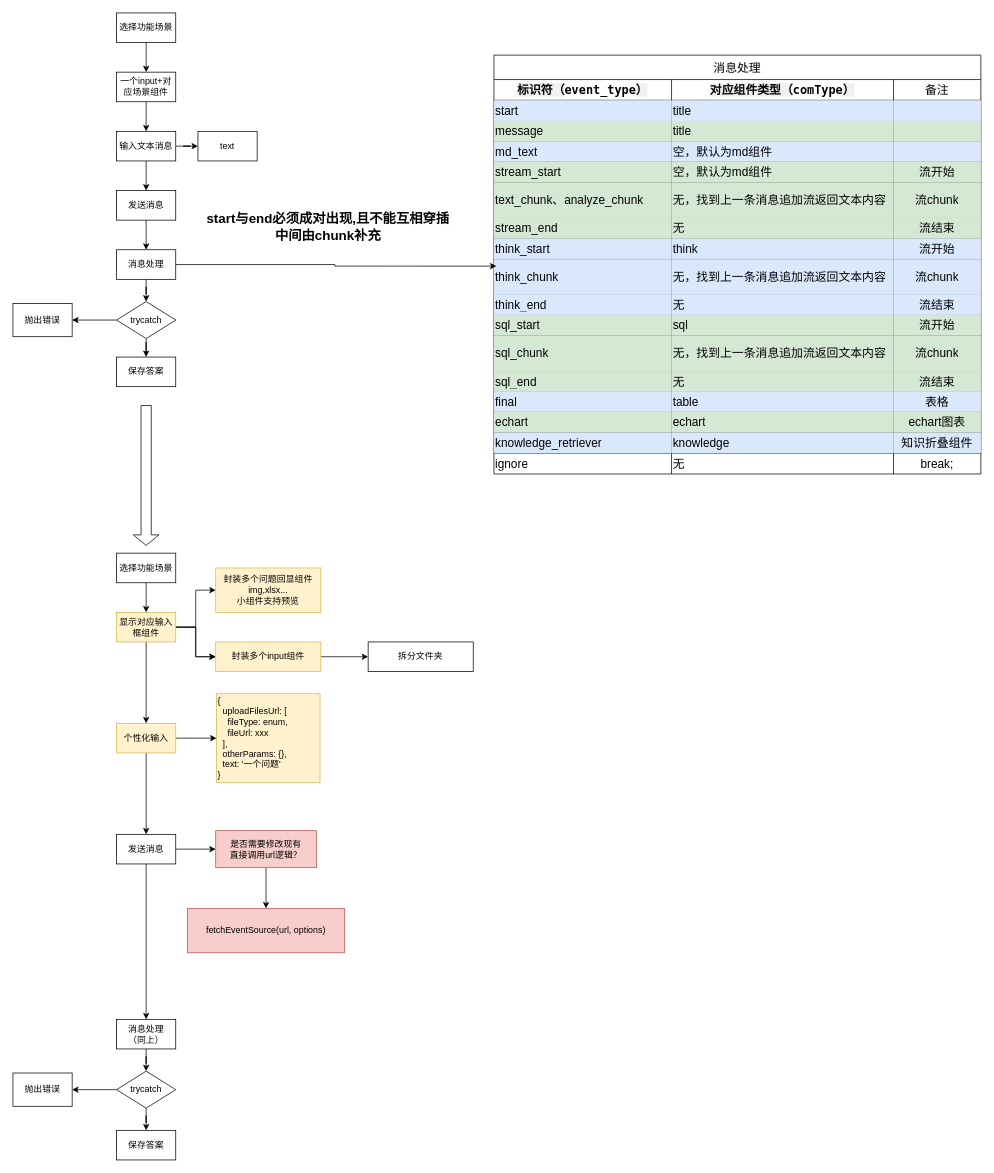
Above: 易问流程.drawio in kof1290/drawio (draw.io), before the change. Source tidied: cells renumbered, new cells numbered last; positions are measured from the earlier drawing's top-left corner, leaving out a move shared by most shapes. Both pictures are drawn from the tidied source at 74%, with x=0, y=0 at pixel (13, 13).
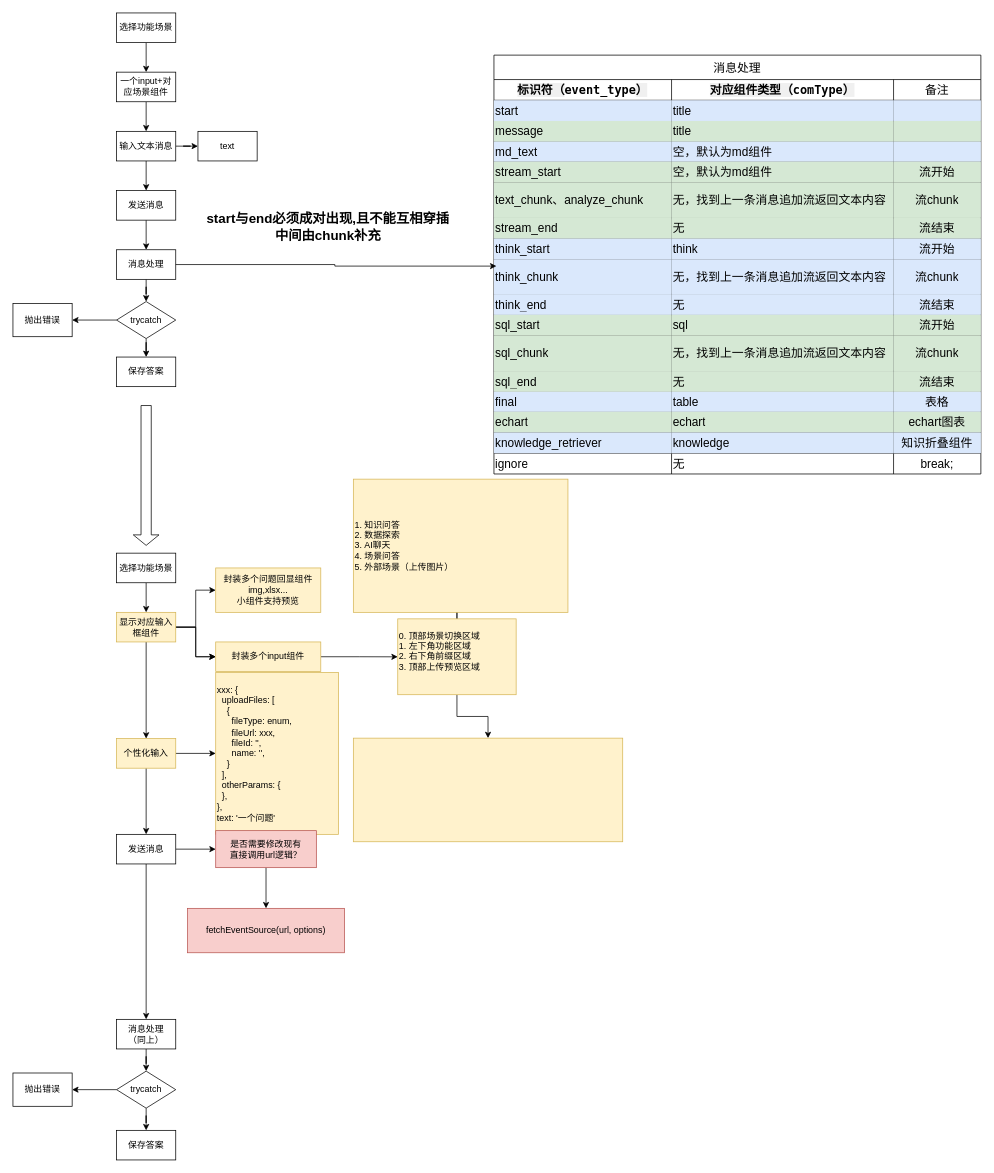
After the change.

Commit message:
更新易问流程.drawio

The change refers to these unchanged cells:
```xml
<mxCell id="114" value="封装多个input组件" style="rounded=0;whiteSpace=wrap;html=1;labelBackgroundColor=none;fillColor=#fff2cc;strokeColor=#d6b656;" parent="1" vertex="1">
  <mxGeometry x="274" y="850" width="142" height="40" as="geometry" />
</mxCell>
```

What changed in the source:
```diff
@@
     <mxCell id="97" value="个性化输入" style="rounded=0;whiteSpace=wrap;html=1;fillColor=#fff2cc;strokeColor=#d6b656;" parent="1" vertex="1">
-      <mxGeometry x="140" y="960" width="80" height="40" as="geometry" />
+      <mxGeometry x="140" y="980.6" width="80" height="40" as="geometry" />
     </mxCell>
@@
-    <mxCell id="109" value="{&lt;br&gt;&amp;nbsp; uploadFilesUrl: [&lt;br&gt;&amp;nbsp; &amp;nbsp; fileType: enum,&lt;br&gt;&amp;nbsp; &amp;nbsp; fileUrl: xxx&lt;br&gt;&amp;nbsp; ],&lt;br&gt;&amp;nbsp; otherParams: {},&lt;br&gt;&amp;nbsp; text: '一个问题'&lt;br&gt;}" style="rounded=0;whiteSpace=wrap;html=1;align=left;fillColor=#fff2cc;strokeColor=#d6b656;" parent="1" vertex="1">
-      <mxGeometry x="275" y="920" width="140" height="120" as="geometry" />
+    <mxCell id="109" value="xxx: {&lt;br&gt;&amp;nbsp; uploadFiles: [&lt;br&gt;&amp;nbsp; &amp;nbsp; {&lt;br&gt;&amp;nbsp; &amp;nbsp; &amp;nbsp; fileType: enum,&lt;br&gt;&amp;nbsp; &amp;nbsp; &amp;nbsp; fileUrl: xxx,&lt;br&gt;&amp;nbsp; &amp;nbsp; &amp;nbsp; fileId: '',&lt;br&gt;&amp;nbsp; &amp;nbsp; &amp;nbsp; name: '',&lt;br&gt;&amp;nbsp; &amp;nbsp; }&lt;br&gt;&amp;nbsp; ],&lt;br&gt;&amp;nbsp; otherParams: {&lt;br&gt;&amp;nbsp; },&lt;br&gt;},&lt;br&gt;text: '一个问题'" style="rounded=0;whiteSpace=wrap;html=1;align=left;fillColor=#fff2cc;strokeColor=#d6b656;" parent="1" vertex="1">
+      <mxGeometry x="274" y="891.2" width="166" height="218.8" as="geometry" />
     </mxCell>
@@
-    <mxCell id="113" style="edgeStyle=orthogonalEdgeStyle;rounded=0;jettySize=auto;html=1;" parent="1" edge="1" source="114" target="117">
-      <mxGeometry relative="1" as="geometry" />
-    </mxCell>
+    <mxCell id="119" style="edgeStyle=orthogonalEdgeStyle;rounded=0;jettySize=auto;html=1;" parent="1" edge="1" source="114" target="123">
+      <mxGeometry relative="1" as="geometry" />
+    </mxCell>
@@
-    <mxCell id="117" value="拆分文件夹" style="rounded=0;whiteSpace=wrap;html=1;labelBackgroundColor=none;" parent="1" vertex="1">
-      <mxGeometry x="480" y="850" width="142" height="40" as="geometry" />
-    </mxCell>
@@
+    <mxCell id="120" style="edgeStyle=orthogonalEdgeStyle;rounded=0;jettySize=auto;html=1;" parent="1" edge="1" source="123" target="124">
+      <mxGeometry relative="1" as="geometry" />
+    </mxCell>
+    <mxCell id="121" style="edgeStyle=orthogonalEdgeStyle;rounded=0;jettySize=auto;html=1;" parent="1" edge="1" source="123" target="124">
+      <mxGeometry relative="1" as="geometry" />
+    </mxCell>
+    <mxCell id="122" style="edgeStyle=orthogonalEdgeStyle;rounded=0;jettySize=auto;html=1;" parent="1" edge="1" source="123" target="125">
+      <mxGeometry relative="1" as="geometry" />
+    </mxCell>
+    <mxCell id="123" value="0. 顶部场景切换区域&lt;div&gt;1. 左下角功能区域&lt;br&gt;2. 右下角前缀区域&lt;br&gt;3. 顶部上传预览区域&lt;div&gt;&lt;br&gt;&lt;/div&gt;&lt;/div&gt;" style="whiteSpace=wrap;html=1;fillColor=#fff2cc;strokeColor=#d6b656;rounded=0;labelBackgroundColor=none;align=left;" parent="1" vertex="1">
+      <mxGeometry x="520" y="818.8" width="160" height="102.5" as="geometry" />
+    </mxCell>
+    <mxCell id="124" value="1. 知识问答&amp;nbsp;&lt;br&gt;2. 数据探索&lt;br&gt;3. AI聊天&lt;br&gt;4. 场景问答&lt;br&gt;5. 外部场景（上传图片）" style="whiteSpace=wrap;html=1;align=left;fillColor=#fff2cc;strokeColor=#d6b656;rounded=0;labelBackgroundColor=none;" parent="1" vertex="1">
+      <mxGeometry x="460" y="630" width="290" height="180" as="geometry" />
+    </mxCell>
+    <mxCell id="125" style="whiteSpace=wrap;html=1;align=left;fillColor=#fff2cc;strokeColor=#d6b656;rounded=0;labelBackgroundColor=none;" parent="1" vertex="1">
+      <mxGeometry x="460" y="980" width="364" height="140" as="geometry" />
+    </mxCell>
```
